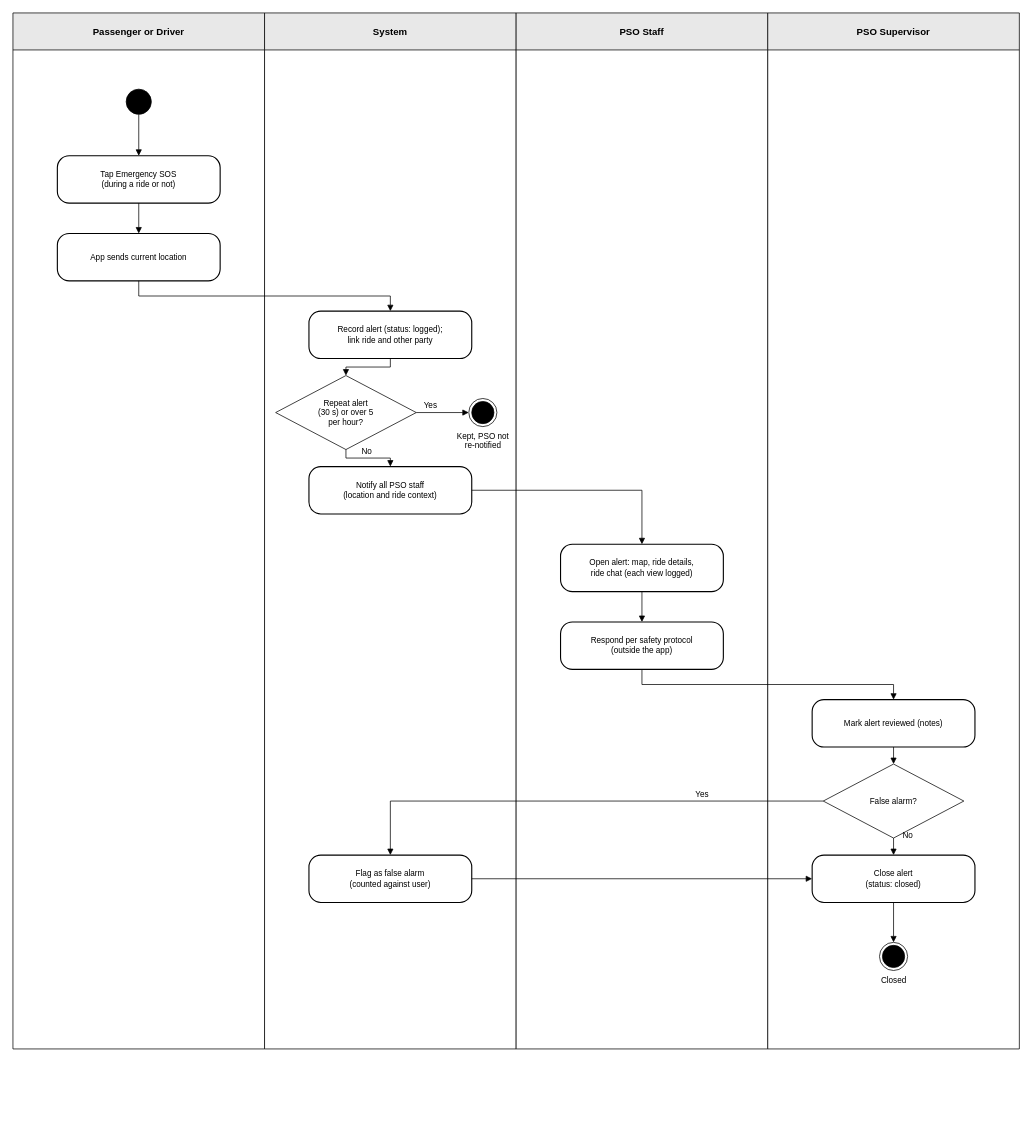
This is docs/activity_emergency_sos.drawio from jhalasan/TriSakay, a draw.io file, before an edit. Source tidied: cells renumbered, new cells numbered last; positions are measured from the earlier drawing's top-left corner, leaving out a move shared by most shapes. Both pictures are drawn from the tidied source at 74%, with x=0, y=0 at pixel (13, 13).
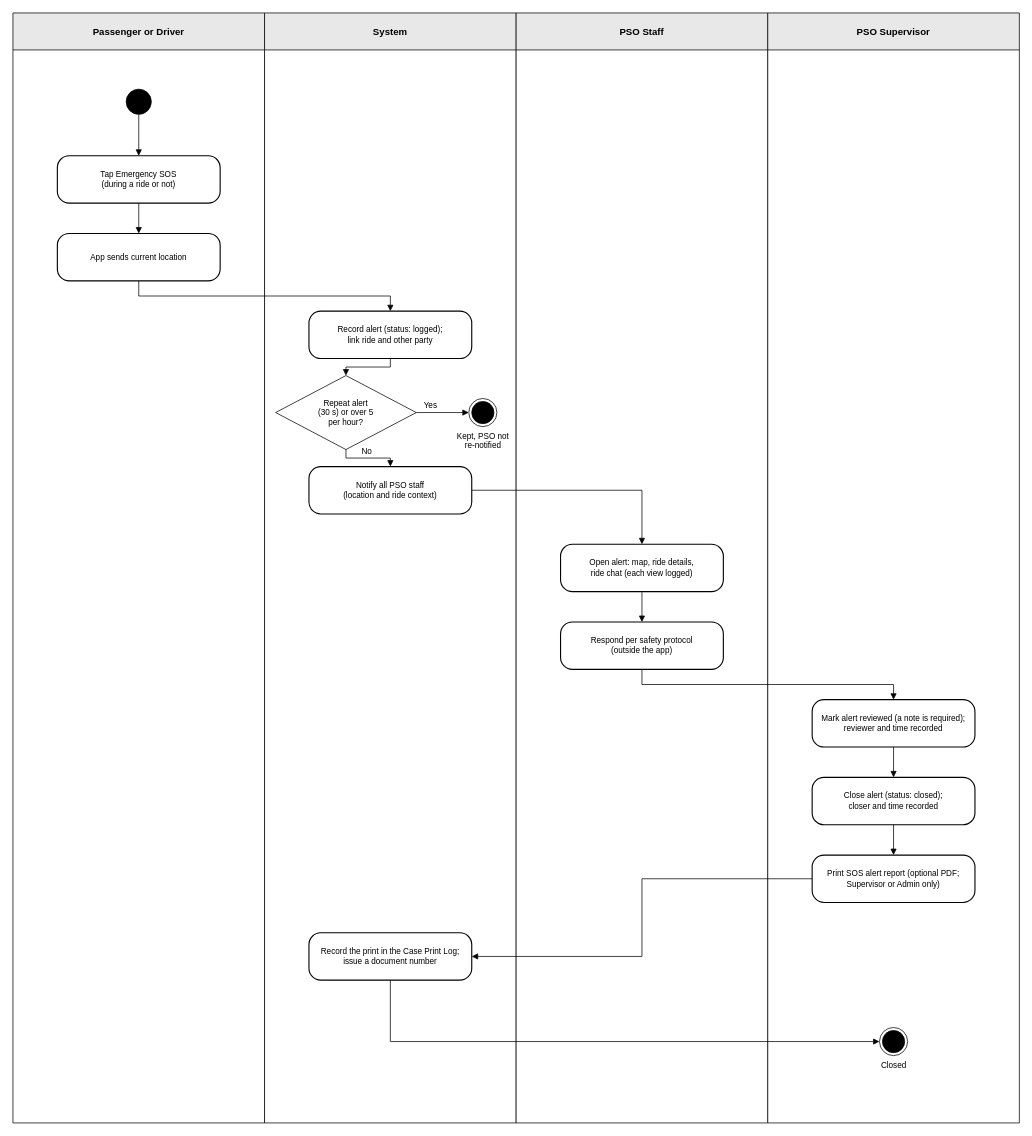
The same page after the edit.

Commit message (it also covers changes not shown here):
Docs: refresh the use case, context, DFD, ERD and activity diagrams for printing, audit logs, Google Maps and the newer rules

Change to the diagram source:
```diff
@@
     <mxCell id="2" value="Passenger or Driver" style="swimlane;horizontal=1;startSize=50;fillColor=#e8e8e8;strokeColor=#000000;fontSize=13;fontStyle=1;swimlaneFillColor=#ffffff;" parent="1" vertex="1">
-      <mxGeometry width="340" height="1400" as="geometry" />
+      <mxGeometry width="340" height="1500" as="geometry" />
     </mxCell>
     <mxCell id="3" value="System" style="swimlane;horizontal=1;startSize=50;fillColor=#e8e8e8;strokeColor=#000000;fontSize=13;fontStyle=1;swimlaneFillColor=#ffffff;" parent="1" vertex="1">
-      <mxGeometry x="340" width="340" height="1400" as="geometry" />
+      <mxGeometry x="340" width="340" height="1500" as="geometry" />
     </mxCell>
     <mxCell id="4" value="PSO Staff" style="swimlane;horizontal=1;startSize=50;fillColor=#e8e8e8;strokeColor=#000000;fontSize=13;fontStyle=1;swimlaneFillColor=#ffffff;" parent="1" vertex="1">
-      <mxGeometry x="680" width="340" height="1400" as="geometry" />
+      <mxGeometry x="680" width="340" height="1500" as="geometry" />
     </mxCell>
     <mxCell id="5" value="PSO Supervisor" style="swimlane;horizontal=1;startSize=50;fillColor=#e8e8e8;strokeColor=#000000;fontSize=13;fontStyle=1;swimlaneFillColor=#ffffff;" parent="1" vertex="1">
-      <mxGeometry x="1020" width="340" height="1400" as="geometry" />
+      <mxGeometry x="1020" width="340" height="1500" as="geometry" />
     </mxCell>
@@
-    <mxCell id="15" value="Mark alert reviewed (notes)" style="rounded=1;whiteSpace=wrap;html=1;arcSize=25;fillColor=#ffffff;strokeColor=#000000;strokeWidth=1.5;fontSize=11;" parent="1" vertex="1">
+    <mxCell id="15" value="Mark alert reviewed (a note is required);&#10;reviewer and time recorded" style="rounded=1;whiteSpace=wrap;html=1;arcSize=25;fillColor=#ffffff;strokeColor=#000000;strokeWidth=1.5;fontSize=11;" parent="1" vertex="1">
       <mxGeometry x="1080" y="928" width="220" height="64" as="geometry" />
     </mxCell>
-    <mxCell id="16" value="False alarm?" style="rhombus;whiteSpace=wrap;html=1;fillColor=#ffffff;strokeColor=#000000;fontSize=11;" parent="1" vertex="1">
-      <mxGeometry x="1095" y="1015" width="190" height="100" as="geometry" />
-    </mxCell>
-    <mxCell id="17" value="Flag as false alarm&#10;(counted against user)" style="rounded=1;whiteSpace=wrap;html=1;arcSize=25;fillColor=#ffffff;strokeColor=#000000;strokeWidth=1.5;fontSize=11;" parent="1" vertex="1">
-      <mxGeometry x="400" y="1138" width="220" height="64" as="geometry" />
-    </mxCell>
-    <mxCell id="18" value="Close alert&#10;(status: closed)" style="rounded=1;whiteSpace=wrap;html=1;arcSize=25;fillColor=#ffffff;strokeColor=#000000;strokeWidth=1.5;fontSize=11;" parent="1" vertex="1">
-      <mxGeometry x="1080" y="1138" width="220" height="64" as="geometry" />
+    <mxCell id="18" value="Close alert (status: closed);&#10;closer and time recorded" style="rounded=1;whiteSpace=wrap;html=1;arcSize=25;fillColor=#ffffff;strokeColor=#000000;strokeWidth=1.5;fontSize=11;" parent="1" vertex="1">
+      <mxGeometry x="1080" y="1033" width="220" height="64" as="geometry" />
     </mxCell>
     <mxCell id="19" value="Closed" style="ellipse;html=1;shape=endState;fillColor=#000000;strokeColor=#000000;verticalLabelPosition=bottom;verticalAlign=top;fontSize=11;" parent="1" vertex="1">
-      <mxGeometry x="1171" y="1256" width="38" height="38" as="geometry" />
+      <mxGeometry x="1171" y="1371" width="38" height="38" as="geometry" />
     </mxCell>
@@
+    <mxCell id="37" style="edgeStyle=orthogonalEdgeStyle;rounded=0;html=1;endArrow=block;endFill=1;strokeColor=#000000;exitX=0.5;exitY=1;entryX=0.5;entryY=0;exitPerimeter=0;entryPerimeter=0;" parent="1" edge="1" source="18" target="38">
+      <mxGeometry relative="1" as="geometry" />
+    </mxCell>
-    <mxCell id="31" style="edgeStyle=orthogonalEdgeStyle;rounded=0;html=1;endArrow=block;endFill=1;strokeColor=#000000;exitX=0.5;exitY=1;entryX=0.5;entryY=0;exitPerimeter=0;entryPerimeter=0;" parent="1" edge="1" source="15" target="16">
+    <mxCell id="31" style="edgeStyle=orthogonalEdgeStyle;rounded=0;html=1;endArrow=block;endFill=1;strokeColor=#000000;exitPerimeter=0;entryPerimeter=0;exitX=0.5;exitY=1;entryX=0.5;entryY=0;" parent="1" edge="1" source="15" target="18">
       <mxGeometry relative="1" as="geometry" />
     </mxCell>
-    <mxCell id="32" style="edgeStyle=orthogonalEdgeStyle;rounded=0;html=1;endArrow=block;endFill=1;strokeColor=#000000;exitX=0;exitY=0.5;entryX=0.5;entryY=0;exitPerimeter=0;entryPerimeter=0;" parent="1" edge="1" source="16" target="17">
-      <mxGeometry relative="1" as="geometry" />
-    </mxCell>
-    <mxCell id="33" value="Yes" style="edgeLabel;html=1;align=center;verticalAlign=middle;fontSize=11;labelBackgroundColor=none;" parent="32" vertex="1">
-      <mxGeometry x="-0.5" relative="1" as="geometry">
-        <mxPoint y="-10" as="offset" />
-      </mxGeometry>
-    </mxCell>
-    <mxCell id="34" style="edgeStyle=orthogonalEdgeStyle;rounded=0;html=1;endArrow=block;endFill=1;strokeColor=#000000;exitX=0.5;exitY=1;entryX=0.5;entryY=0;exitPerimeter=0;entryPerimeter=0;" parent="1" edge="1" source="16" target="18">
-      <mxGeometry relative="1" as="geometry" />
-    </mxCell>
-    <mxCell id="35" value="No" style="edgeLabel;html=1;align=center;verticalAlign=middle;fontSize=11;labelBackgroundColor=none;" parent="34" vertex="1">
-      <mxGeometry x="-0.5" relative="1" as="geometry">
-        <mxPoint x="18" y="-10" as="offset" />
-      </mxGeometry>
-    </mxCell>
-    <mxCell id="36" style="edgeStyle=orthogonalEdgeStyle;rounded=0;html=1;endArrow=block;endFill=1;strokeColor=#000000;exitX=1;exitY=0.5;entryX=0;entryY=0.5;exitPerimeter=0;entryPerimeter=0;" parent="1" edge="1" source="17" target="18">
-      <mxGeometry relative="1" as="geometry" />
-    </mxCell>
-    <mxCell id="37" style="edgeStyle=orthogonalEdgeStyle;rounded=0;html=1;endArrow=block;endFill=1;strokeColor=#000000;exitX=0.5;exitY=1;entryX=0.5;entryY=0;exitPerimeter=0;entryPerimeter=0;" parent="1" edge="1" source="18" target="19">
-      <mxGeometry relative="1" as="geometry" />
-    </mxCell>
+    <mxCell id="38" value="Print SOS alert report (optional PDF;&#10;Supervisor or Admin only)" style="rounded=1;whiteSpace=wrap;html=1;arcSize=25;fillColor=#ffffff;strokeColor=#000000;strokeWidth=1.5;fontSize=11;" parent="1" vertex="1">
+      <mxGeometry x="1080" y="1138" width="220" height="64" as="geometry" />
+    </mxCell>
+    <mxCell id="39" value="Record the print in the Case Print Log;&#10;issue a document number" style="rounded=1;whiteSpace=wrap;html=1;arcSize=25;fillColor=#ffffff;strokeColor=#000000;strokeWidth=1.5;fontSize=11;" parent="1" vertex="1">
+      <mxGeometry x="400" y="1243" width="220" height="64" as="geometry" />
+    </mxCell>
+    <mxCell id="40" style="edgeStyle=orthogonalEdgeStyle;rounded=0;html=1;endArrow=block;endFill=1;strokeColor=#000000;exitPerimeter=0;entryPerimeter=0;exitX=0;exitY=0.5;entryX=1;entryY=0.5;" parent="1" edge="1" source="38" target="39">
+      <mxGeometry relative="1" as="geometry" />
+    </mxCell>
+    <mxCell id="41" style="edgeStyle=orthogonalEdgeStyle;rounded=0;html=1;endArrow=block;endFill=1;strokeColor=#000000;exitPerimeter=0;entryPerimeter=0;exitX=0.5;exitY=1;entryX=0;entryY=0.5;" parent="1" edge="1" source="39" target="19">
+      <mxGeometry relative="1" as="geometry" />
+    </mxCell>
```
